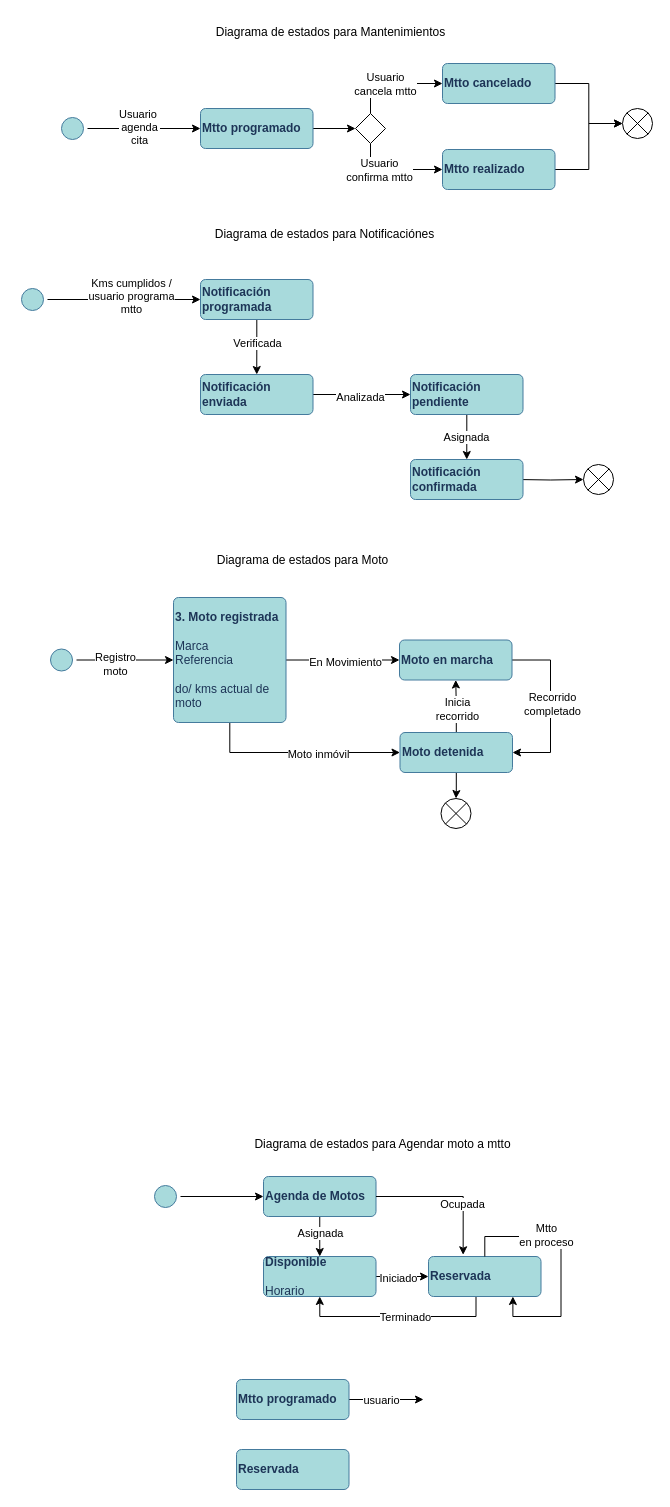
This is page "Maquina de estados" (8 of 8) of EntregaRequisitos.drawio from david-med/archivos, a draw.io file, before an edit. Source tidied: cells renumbered, new cells numbered last; positions are measured from the earlier drawing's top-left corner, leaving out a move shared by most shapes. Both pictures are drawn from the tidied source at 100%, with x=0, y=0 at pixel (17, 17).
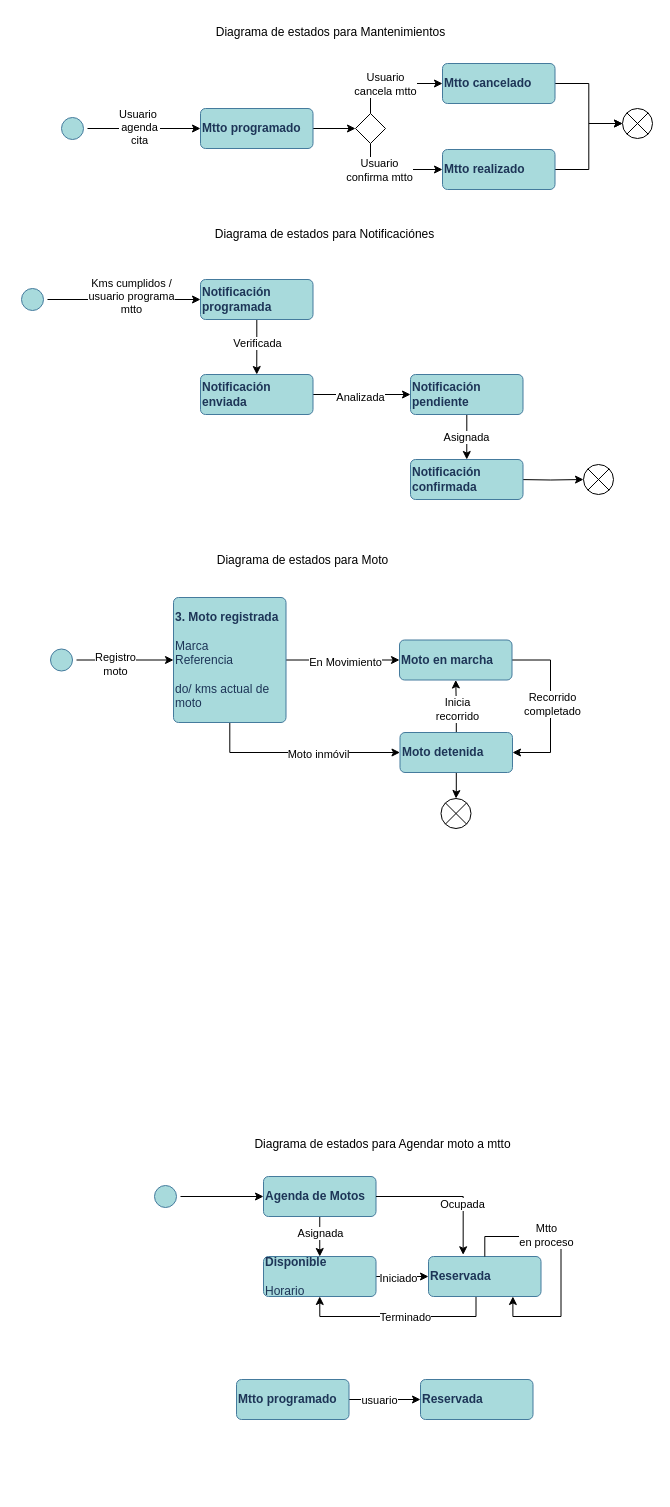
The same diagram, later.

The change refers to these unchanged cells:
```xml
<mxCell id="69" value="&lt;b&gt;Mtto programado&lt;br&gt;&lt;/b&gt;" style="html=1;align=left;verticalAlign=middle;rounded=1;absoluteArcSize=1;arcSize=10;dashed=0;whiteSpace=wrap;labelBackgroundColor=none;fillColor=#A8DADC;strokeColor=#457B9D;fontColor=#1D3557;" parent="1" vertex="1">
  <mxGeometry x="219" y="1362" width="112.5" height="40" as="geometry" />
</mxCell>
```

Change to the diagram source:
```diff
@@
-    <mxCell id="67" style="edgeStyle=orthogonalEdgeStyle;rounded=0;jettySize=auto;html=1;" parent="1" edge="1" source="69">
-      <mxGeometry relative="1" as="geometry">
-        <mxPoint x="406" y="1382" as="targetPoint" />
-      </mxGeometry>
+    <mxCell id="67" style="edgeStyle=orthogonalEdgeStyle;rounded=0;jettySize=auto;html=1;" parent="1" edge="1" source="69" target="70">
+      <mxGeometry relative="1" as="geometry" />
     </mxCell>
@@
     <mxCell id="70" value="&lt;b&gt;Reservada&lt;span style=&quot;white-space: pre;&quot;&gt;&#9;&lt;/span&gt;&lt;br&gt;&lt;/b&gt;" style="html=1;align=left;verticalAlign=middle;rounded=1;absoluteArcSize=1;arcSize=10;dashed=0;whiteSpace=wrap;labelBackgroundColor=none;fillColor=#A8DADC;strokeColor=#457B9D;fontColor=#1D3557;" parent="1" vertex="1">
-      <mxGeometry x="219" y="1432" width="112.5" height="40" as="geometry" />
+      <mxGeometry x="403" y="1362" width="112.5" height="40" as="geometry" />
     </mxCell>
```
